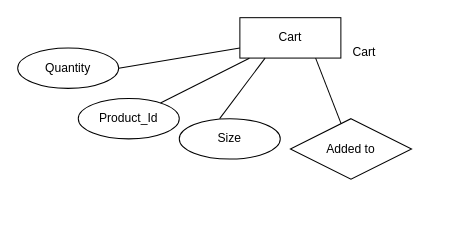
GitFather47/SmartKroy-Online-Shopping-App keeps this draw.io diagram as Untitled Diagram.drawio. Above is the earlier version. Source tidied: cells renumbered, new cells numbered last; positions are measured from the earlier drawing's top-left corner, leaving out a move shared by most shapes. Both pictures are drawn from the tidied source at 101%, with x=0, y=0 at pixel (17, 17).
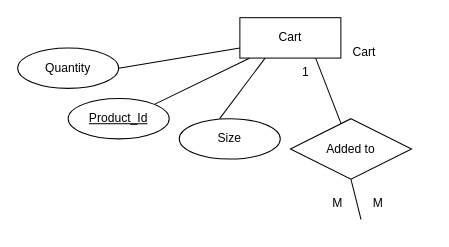
Above is the later version.

What changed in the source:
```diff
@@
 <mxGraphModel>
   <root>
     <mxCell id="0" />
     <mxCell id="1" parent="0" />
     <mxCell id="2" value="Cart" style="whiteSpace=wrap;html=1;align=center;" parent="1" vertex="1">
       <mxGeometry x="220" width="100" height="40" as="geometry" />
     </mxCell>
     <mxCell id="3" value="Quantity" style="ellipse;whiteSpace=wrap;html=1;align=center;" parent="1" vertex="1">
       <mxGeometry y="30" width="100" height="40" as="geometry" />
     </mxCell>
-    <mxCell id="4" value="Product_Id" style="ellipse;whiteSpace=wrap;html=1;align=center;" parent="1" vertex="1">
-      <mxGeometry x="60" y="80" width="100" height="40" as="geometry" />
-    </mxCell>
     <mxCell id="5" value="Size" style="ellipse;whiteSpace=wrap;html=1;align=center;" parent="1" vertex="1">
       <mxGeometry x="160" y="100" width="100" height="40" as="geometry" />
     </mxCell>
     <mxCell id="6" style="endArrow=none;html=1;rounded=0;exitX=1;exitY=0.5;exitDx=0;exitDy=0;entryX=0;entryY=0.75;entryDx=0;entryDy=0;" parent="1" edge="1" source="3" target="2">
       <mxGeometry relative="1" as="geometry" />
     </mxCell>
     <mxCell id="7" style="endArrow=none;html=1;rounded=0;entryX=0.25;entryY=1;entryDx=0;entryDy=0;" parent="1" edge="1" target="2">
       <mxGeometry relative="1" as="geometry">
         <mxPoint x="200" y="100" as="sourcePoint" />
       </mxGeometry>
     </mxCell>
-    <mxCell id="8" style="endArrow=none;html=1;rounded=0;entryX=0.094;entryY=1.006;entryDx=0;entryDy=0;entryPerimeter=0;" parent="1" edge="1" source="4" target="2">
+    <mxCell id="8" style="endArrow=none;html=1;rounded=0;entryX=0.094;entryY=1.006;entryDx=0;entryDy=0;entryPerimeter=0;exitX=1;exitY=0;exitDx=0;exitDy=0;" parent="1" edge="1" source="4" target="2">
       <mxGeometry relative="1" as="geometry" />
     </mxCell>
     <mxCell id="9" value="Added to" style="shape=rhombus;perimeter=rhombusPerimeter;whiteSpace=wrap;html=1;align=center;" parent="1" vertex="1">
       <mxGeometry x="270" y="100" width="120" height="60" as="geometry" />
     </mxCell>
     <mxCell id="10" value="Cart" style="text;whiteSpace=wrap;html=1;" parent="1" vertex="1">
       <mxGeometry x="330" y="20" width="60" height="40" as="geometry" />
     </mxCell>
     <mxCell id="11" style="endArrow=none;html=1;rounded=0;entryX=0.75;entryY=1;entryDx=0;entryDy=0;" parent="1" edge="1" source="9" target="2">
       <mxGeometry relative="1" as="geometry" />
     </mxCell>
+    <mxCell id="4" value="Product_Id" style="ellipse;whiteSpace=wrap;html=1;align=center;fontStyle=4;" parent="1" vertex="1">
+      <mxGeometry x="50" y="80" width="100" height="40" as="geometry" />
+    </mxCell>
+    <mxCell id="12" value="1" style="text;whiteSpace=wrap;html=1;" parent="1" vertex="1">
+      <mxGeometry x="280" y="40" width="60" height="40" as="geometry" />
+    </mxCell>
+    <mxCell id="13" style="endArrow=none;html=1;rounded=0;" parent="1" edge="1">
+      <mxGeometry relative="1" as="geometry">
+        <mxPoint x="340" y="200" as="sourcePoint" />
+        <mxPoint x="330" y="160" as="targetPoint" />
+      </mxGeometry>
+    </mxCell>
+    <mxCell id="14" value="M" style="text;whiteSpace=wrap;html=1;" parent="1" vertex="1">
+      <mxGeometry x="310" y="170" width="60" height="40" as="geometry" />
+    </mxCell>
+    <mxCell id="15" value="M" style="text;whiteSpace=wrap;html=1;" parent="1" vertex="1">
+      <mxGeometry x="350" y="170" width="60" height="40" as="geometry" />
+    </mxCell>
   </root>
 </mxGraphModel>
```
